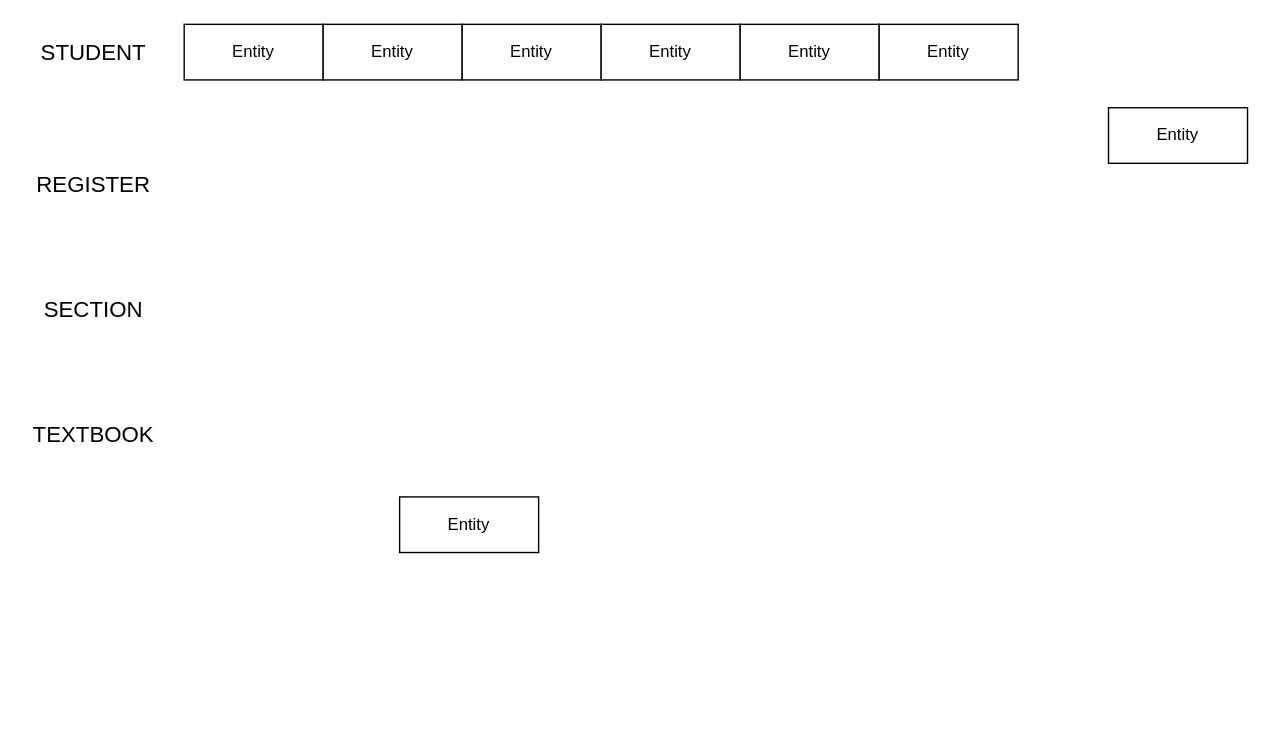
The draw.io diagram Ass3.drawio in kyoungbin01/ER-Diagram, before the edit. Source tidied: cells renumbered, new cells numbered last; positions are measured from the earlier drawing's top-left corner, leaving out a move shared by most shapes. Both pictures are drawn from the tidied source at 139%, with x=0, y=0 at pixel (24, 24).
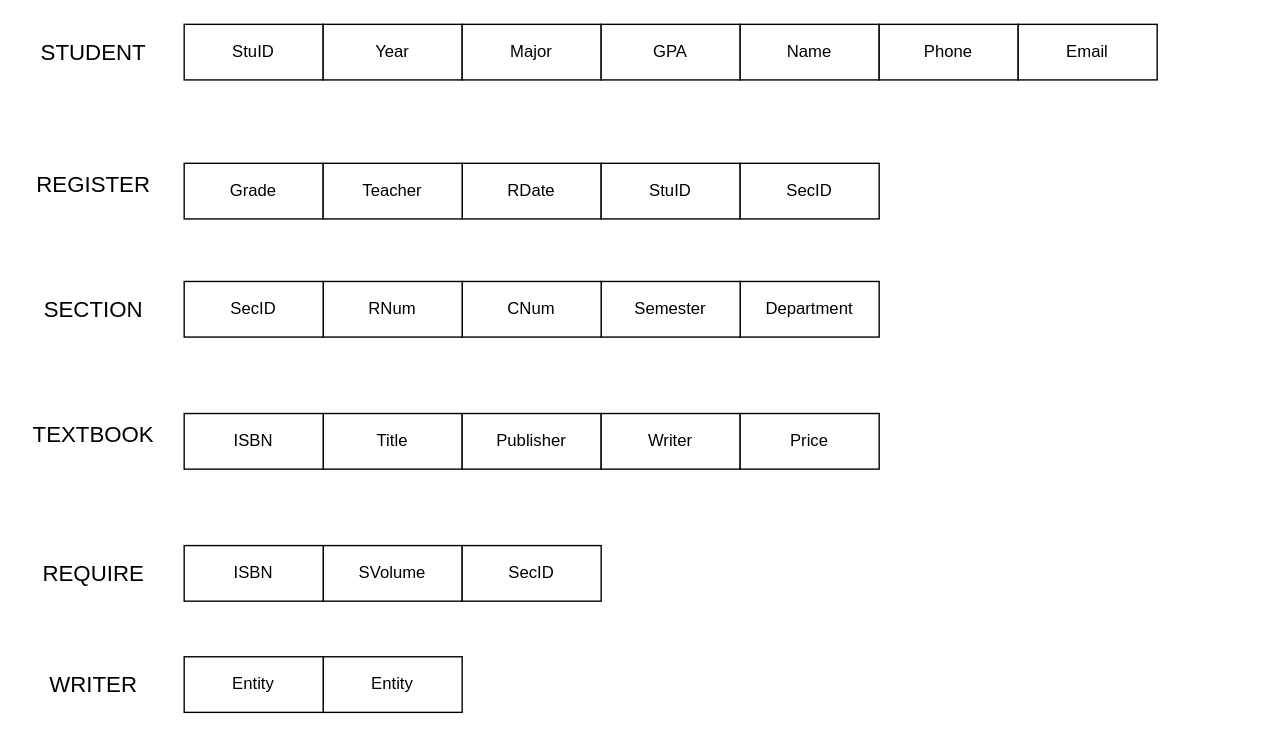
The same page after the edit.

The edit, as a diff of the source:
```diff
@@
-    <mxCell id="2" value="Entity" style="whiteSpace=wrap;html=1;align=center;" parent="1" vertex="1">
+    <mxCell id="2" value="StuID" style="whiteSpace=wrap;html=1;align=center;" parent="1" vertex="1">
       <mxGeometry x="115" width="100" height="40" as="geometry" />
     </mxCell>
-    <mxCell id="3" value="Entity" style="whiteSpace=wrap;html=1;align=center;" parent="1" vertex="1">
+    <mxCell id="3" value="Year" style="whiteSpace=wrap;html=1;align=center;" parent="1" vertex="1">
       <mxGeometry x="215" width="100" height="40" as="geometry" />
     </mxCell>
-    <mxCell id="4" value="Entity" style="whiteSpace=wrap;html=1;align=center;" parent="1" vertex="1">
+    <mxCell id="4" value="Major" style="whiteSpace=wrap;html=1;align=center;" parent="1" vertex="1">
       <mxGeometry x="315" width="100" height="40" as="geometry" />
     </mxCell>
@@
-    <mxCell id="6" value="Entity" style="whiteSpace=wrap;html=1;align=center;" parent="1" vertex="1">
+    <mxCell id="6" value="GPA" style="whiteSpace=wrap;html=1;align=center;" parent="1" vertex="1">
       <mxGeometry x="415" width="100" height="40" as="geometry" />
     </mxCell>
-    <mxCell id="7" value="Entity" style="whiteSpace=wrap;html=1;align=center;" parent="1" vertex="1">
+    <mxCell id="7" value="Name" style="whiteSpace=wrap;html=1;align=center;" parent="1" vertex="1">
       <mxGeometry x="515" width="100" height="40" as="geometry" />
     </mxCell>
-    <mxCell id="8" value="Entity" style="whiteSpace=wrap;html=1;align=center;" parent="1" vertex="1">
+    <mxCell id="8" value="Phone" style="whiteSpace=wrap;html=1;align=center;" parent="1" vertex="1">
       <mxGeometry x="615" width="100" height="40" as="geometry" />
     </mxCell>
@@
-    <mxCell id="12" value="Entity" style="whiteSpace=wrap;html=1;align=center;" parent="1" vertex="1">
-      <mxGeometry x="270" y="340" width="100" height="40" as="geometry" />
+    <mxCell id="12" value="Grade" style="whiteSpace=wrap;html=1;align=center;" parent="1" vertex="1">
+      <mxGeometry x="115" y="100" width="100" height="40" as="geometry" />
     </mxCell>
-    <mxCell id="13" value="Entity" style="whiteSpace=wrap;html=1;align=center;" parent="1" vertex="1">
-      <mxGeometry x="780" y="60" width="100" height="40" as="geometry" />
+    <mxCell id="13" value="Email" style="whiteSpace=wrap;html=1;align=center;" parent="1" vertex="1">
+      <mxGeometry x="715" width="100" height="40" as="geometry" />
     </mxCell>
+    <mxCell id="14" value="REQUIRE" style="text;strokeColor=none;fillColor=none;html=1;align=center;verticalAlign=middle;whiteSpace=wrap;rounded=0;fontSize=16;" parent="1" vertex="1">
+      <mxGeometry x="20" y="380" width="60" height="30" as="geometry" />
+    </mxCell>
+    <mxCell id="15" value="Department" style="whiteSpace=wrap;html=1;align=center;" parent="1" vertex="1">
+      <mxGeometry x="515" y="185" width="100" height="40" as="geometry" />
+    </mxCell>
+    <mxCell id="16" value="Semester" style="whiteSpace=wrap;html=1;align=center;" parent="1" vertex="1">
+      <mxGeometry x="415" y="185" width="100" height="40" as="geometry" />
+    </mxCell>
+    <mxCell id="17" value="CNum" style="whiteSpace=wrap;html=1;align=center;" parent="1" vertex="1">
+      <mxGeometry x="315" y="185" width="100" height="40" as="geometry" />
+    </mxCell>
+    <mxCell id="18" value="RNum" style="whiteSpace=wrap;html=1;align=center;" parent="1" vertex="1">
+      <mxGeometry x="215" y="185" width="100" height="40" as="geometry" />
+    </mxCell>
+    <mxCell id="19" value="SecID" style="whiteSpace=wrap;html=1;align=center;" parent="1" vertex="1">
+      <mxGeometry x="115" y="185" width="100" height="40" as="geometry" />
+    </mxCell>
+    <mxCell id="20" value="RDate" style="whiteSpace=wrap;html=1;align=center;" parent="1" vertex="1">
+      <mxGeometry x="315" y="100" width="100" height="40" as="geometry" />
+    </mxCell>
+    <mxCell id="21" value="Teacher" style="whiteSpace=wrap;html=1;align=center;" parent="1" vertex="1">
+      <mxGeometry x="215" y="100" width="100" height="40" as="geometry" />
+    </mxCell>
+    <mxCell id="22" value="Title" style="whiteSpace=wrap;html=1;align=center;" parent="1" vertex="1">
+      <mxGeometry x="215" y="280" width="100" height="40" as="geometry" />
+    </mxCell>
+    <mxCell id="23" value="Publisher" style="whiteSpace=wrap;html=1;align=center;" parent="1" vertex="1">
+      <mxGeometry x="315" y="280" width="100" height="40" as="geometry" />
+    </mxCell>
+    <mxCell id="24" value="ISBN" style="whiteSpace=wrap;html=1;align=center;" parent="1" vertex="1">
+      <mxGeometry x="115" y="280" width="100" height="40" as="geometry" />
+    </mxCell>
+    <mxCell id="25" value="WRITER" style="text;strokeColor=none;fillColor=none;html=1;align=center;verticalAlign=middle;whiteSpace=wrap;rounded=0;fontSize=16;" parent="1" vertex="1">
+      <mxGeometry x="20" y="460" width="60" height="30" as="geometry" />
+    </mxCell>
+    <mxCell id="26" value="SVolume" style="whiteSpace=wrap;html=1;align=center;" parent="1" vertex="1">
+      <mxGeometry x="215" y="375" width="100" height="40" as="geometry" />
+    </mxCell>
+    <mxCell id="27" value="ISBN" style="whiteSpace=wrap;html=1;align=center;" parent="1" vertex="1">
+      <mxGeometry x="115" y="375" width="100" height="40" as="geometry" />
+    </mxCell>
+    <mxCell id="28" value="Writer" style="whiteSpace=wrap;html=1;align=center;" parent="1" vertex="1">
+      <mxGeometry x="415" y="280" width="100" height="40" as="geometry" />
+    </mxCell>
+    <mxCell id="29" value="Entity" style="whiteSpace=wrap;html=1;align=center;" parent="1" vertex="1">
+      <mxGeometry x="215" y="455" width="100" height="40" as="geometry" />
+    </mxCell>
+    <mxCell id="30" value="Entity" style="whiteSpace=wrap;html=1;align=center;" parent="1" vertex="1">
+      <mxGeometry x="115" y="455" width="100" height="40" as="geometry" />
+    </mxCell>
+    <mxCell id="31" value="Price" style="whiteSpace=wrap;html=1;align=center;" parent="1" vertex="1">
+      <mxGeometry x="515" y="280" width="100" height="40" as="geometry" />
+    </mxCell>
+    <mxCell id="32" value="StuID" style="whiteSpace=wrap;html=1;align=center;" parent="1" vertex="1">
+      <mxGeometry x="415" y="100" width="100" height="40" as="geometry" />
+    </mxCell>
+    <mxCell id="33" value="SecID" style="whiteSpace=wrap;html=1;align=center;" parent="1" vertex="1">
+      <mxGeometry x="515" y="100" width="100" height="40" as="geometry" />
+    </mxCell>
+    <mxCell id="34" value="SecID" style="whiteSpace=wrap;html=1;align=center;" parent="1" vertex="1">
+      <mxGeometry x="315" y="375" width="100" height="40" as="geometry" />
+    </mxCell>
```
